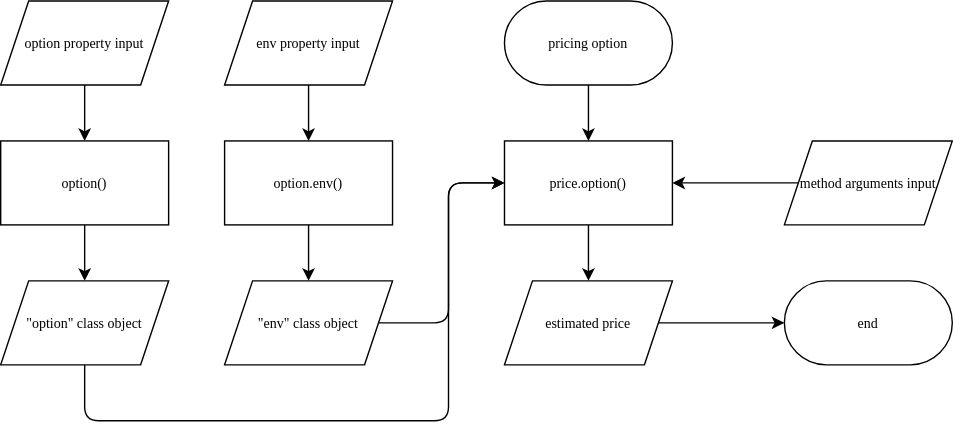
Before: images/flowchart_option.drawio.svg, a diagram exported from draw.io (ZhaiJason/STAT0035-Report). Source tidied: cells renumbered, new cells last; positions are measured from the earlier drawing's top-left corner, leaving out a move shared by most shapes.
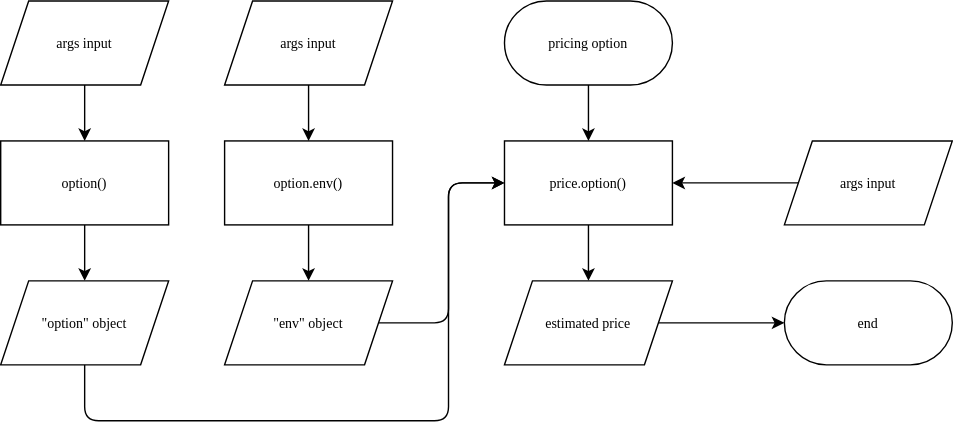
Above is the later version.

What changed in the source:
```diff
@@ -23,25 +23,25 @@
         </Array>
       </mxGeometry>
     </mxCell>
-    <mxCell id="7" value="&quot;option&quot; class object" style="shape=parallelogram;perimeter=parallelogramPerimeter;whiteSpace=wrap;html=1;fixedSize=1;fontFamily=Lucida Console;fontSize=10;" parent="1" vertex="1">
+    <mxCell id="7" value="&quot;option&quot; object" style="shape=parallelogram;perimeter=parallelogramPerimeter;whiteSpace=wrap;html=1;fixedSize=1;fontFamily=Lucida Console;fontSize=10;" parent="1" vertex="1">
       <mxGeometry y="200" width="120" height="60" as="geometry" />
     </mxCell>
     <mxCell id="8" style="edgeStyle=orthogonalEdgeStyle;html=1;entryX=0;entryY=0.5;entryDx=0;entryDy=0;fontFamily=Lucida Console;fontSize=10;" parent="1" edge="1" source="9" target="17">
       <mxGeometry relative="1" as="geometry" />
     </mxCell>
-    <mxCell id="9" value="&quot;env&quot; class object" style="shape=parallelogram;perimeter=parallelogramPerimeter;whiteSpace=wrap;html=1;fixedSize=1;fontFamily=Lucida Console;fontSize=10;" parent="1" vertex="1">
+    <mxCell id="9" value="&quot;env&quot; object" style="shape=parallelogram;perimeter=parallelogramPerimeter;whiteSpace=wrap;html=1;fixedSize=1;fontFamily=Lucida Console;fontSize=10;" parent="1" vertex="1">
       <mxGeometry x="160" y="200" width="120" height="60" as="geometry" />
     </mxCell>
     <mxCell id="10" style="edgeStyle=orthogonalEdgeStyle;html=1;entryX=0.5;entryY=0;entryDx=0;entryDy=0;fontFamily=Lucida Console;fontSize=10;" parent="1" edge="1" source="11" target="3">
       <mxGeometry relative="1" as="geometry" />
     </mxCell>
-    <mxCell id="11" value="option property input" style="shape=parallelogram;perimeter=parallelogramPerimeter;whiteSpace=wrap;html=1;fixedSize=1;fontFamily=Lucida Console;fontSize=10;" parent="1" vertex="1">
+    <mxCell id="11" value="args input" style="shape=parallelogram;perimeter=parallelogramPerimeter;whiteSpace=wrap;html=1;fixedSize=1;fontFamily=Lucida Console;fontSize=10;" parent="1" vertex="1">
       <mxGeometry width="120" height="60" as="geometry" />
     </mxCell>
     <mxCell id="12" style="edgeStyle=orthogonalEdgeStyle;html=1;entryX=0.5;entryY=0;entryDx=0;entryDy=0;fontFamily=Lucida Console;fontSize=10;" parent="1" edge="1" source="13" target="5">
       <mxGeometry relative="1" as="geometry" />
     </mxCell>
-    <mxCell id="13" value="env property input" style="shape=parallelogram;perimeter=parallelogramPerimeter;whiteSpace=wrap;html=1;fixedSize=1;fontFamily=Lucida Console;fontSize=10;" parent="1" vertex="1">
+    <mxCell id="13" value="args input" style="shape=parallelogram;perimeter=parallelogramPerimeter;whiteSpace=wrap;html=1;fixedSize=1;fontFamily=Lucida Console;fontSize=10;" parent="1" vertex="1">
       <mxGeometry x="160" width="120" height="60" as="geometry" />
     </mxCell>
     <mxCell id="14" style="edgeStyle=orthogonalEdgeStyle;html=1;entryX=0.5;entryY=0;entryDx=0;entryDy=0;fontFamily=Lucida Console;fontSize=10;" parent="1" edge="1" source="15" target="17">
@@ -59,7 +59,7 @@
     <mxCell id="18" style="edgeStyle=orthogonalEdgeStyle;html=1;entryX=1;entryY=0.5;entryDx=0;entryDy=0;fontFamily=Lucida Console;fontSize=10;" parent="1" edge="1" source="19" target="17">
       <mxGeometry relative="1" as="geometry" />
     </mxCell>
-    <mxCell id="19" value="method arguments input" style="shape=parallelogram;perimeter=parallelogramPerimeter;whiteSpace=wrap;html=1;fixedSize=1;fontFamily=Lucida Console;fontSize=10;" parent="1" vertex="1">
+    <mxCell id="19" value="args input" style="shape=parallelogram;perimeter=parallelogramPerimeter;whiteSpace=wrap;html=1;fixedSize=1;fontFamily=Lucida Console;fontSize=10;" parent="1" vertex="1">
       <mxGeometry x="560" y="100" width="120" height="60" as="geometry" />
     </mxCell>
     <mxCell id="20" style="edgeStyle=orthogonalEdgeStyle;html=1;fontFamily=Lucida Console;fontSize=10;" parent="1" edge="1" source="21" target="22">
```
